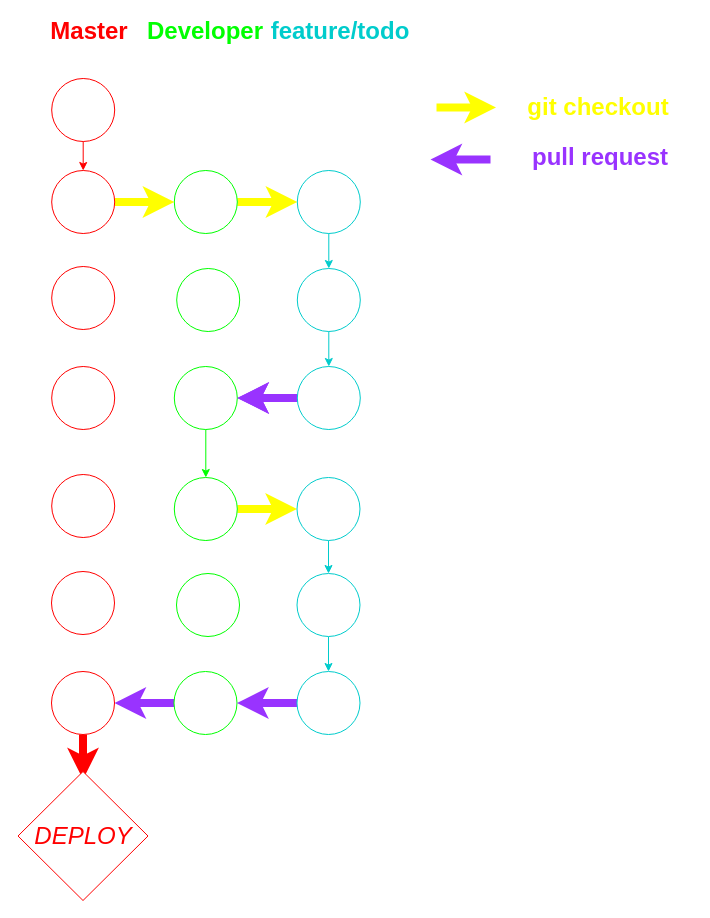
pedroluiznogueira/sps-test-angular-java keeps this draw.io diagram as architecture/gitflow/gitflow.drawio. Above is the earlier version. Source tidied: cells renumbered, new cells numbered last; positions are measured from the earlier drawing's top-left corner, leaving out a move shared by most shapes. Both pictures are drawn from the tidied source at 100%, with x=0, y=0 at pixel (17, 21).
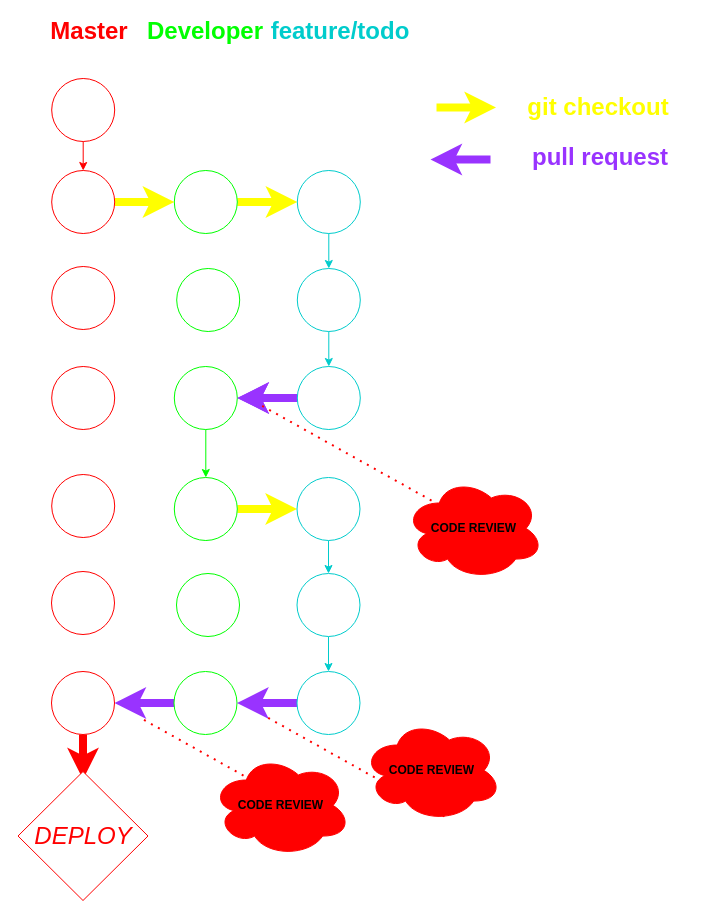
Above is the later version.

The edit, as a diff of the source:
```diff
@@
+    <mxCell id="43" style="endArrow=none;dashed=1;html=1;dashPattern=1 3;strokeWidth=2;fillColor=#a20025;strokeColor=#FF0000;" parent="1" edge="1">
+      <mxGeometry relative="1" as="geometry">
+        <mxPoint x="421" y="483" as="sourcePoint" />
+        <mxPoint x="244" y="384" as="targetPoint" />
+      </mxGeometry>
+    </mxCell>
+    <mxCell id="44" style="endArrow=none;dashed=1;html=1;dashPattern=1 3;strokeWidth=2;strokeColor=#FF0000;" parent="1" edge="1">
+      <mxGeometry relative="1" as="geometry">
+        <mxPoint x="427" y="795" as="sourcePoint" />
+        <mxPoint x="250" y="696" as="targetPoint" />
+      </mxGeometry>
+    </mxCell>
+    <mxCell id="45" style="endArrow=none;dashed=1;html=1;dashPattern=1 3;strokeWidth=2;strokeColor=#FF0000;" parent="1" edge="1">
+      <mxGeometry relative="1" as="geometry">
+        <mxPoint x="302.8" y="797" as="sourcePoint" />
+        <mxPoint x="125.8" y="698" as="targetPoint" />
+      </mxGeometry>
+    </mxCell>
+    <mxCell id="46" value="&lt;font color=&quot;#000000&quot;&gt;&lt;b&gt;CODE REVIEW&lt;/b&gt;&lt;/font&gt;" style="ellipse;shape=cloud;whiteSpace=wrap;html=1;strokeColor=#FF0000;fillColor=#FF0000;" parent="1" vertex="1">
+      <mxGeometry x="194" y="733" width="139" height="102" as="geometry" />
+    </mxCell>
+    <mxCell id="47" value="&lt;b&gt;&lt;font color=&quot;#000000&quot;&gt;CODE REVIEW&lt;/font&gt;&lt;/b&gt;" style="ellipse;shape=cloud;whiteSpace=wrap;html=1;fillColor=#FF0000;strokeColor=#FF0000;" parent="1" vertex="1">
+      <mxGeometry x="345" y="698" width="139" height="102" as="geometry" />
+    </mxCell>
+    <mxCell id="48" value="&lt;font color=&quot;#000000&quot;&gt;&lt;b&gt;CODE REVIEW&lt;/b&gt;&lt;/font&gt;" style="ellipse;shape=cloud;whiteSpace=wrap;html=1;fillColor=#FF0000;strokeColor=#FF0000;" parent="1" vertex="1">
+      <mxGeometry x="387" y="456" width="139" height="102" as="geometry" />
+    </mxCell>
```
